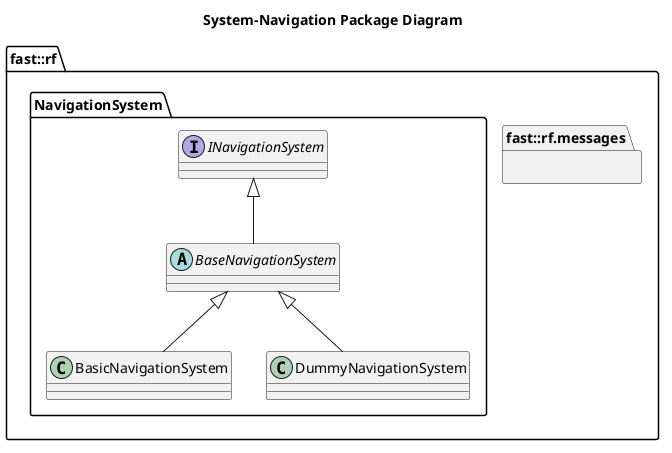
This is Systems/Navigation/doc/puml/SystemNavigationPackageDiagram.png from fastrobotics/robot_framework, a PlantUML export, as it was before one commit. The source it was exported from:
```plantuml
@startuml
title System-Navigation Package Diagram

namespace fast::rf {
  namespace messages  {}
  namespace NavigationSystem {
    interface INavigationSystem {
    }
    abstract BaseNavigationSystem {
    }
    INavigationSystem <|-- BaseNavigationSystem
    class BasicNavigationSystem {

    }
    BaseNavigationSystem <|-- BasicNavigationSystem
    class DummyNavigationSystem  {
    }
    BaseNavigationSystem <|-- DummyNavigationSystem
  }
}
@enduml
```
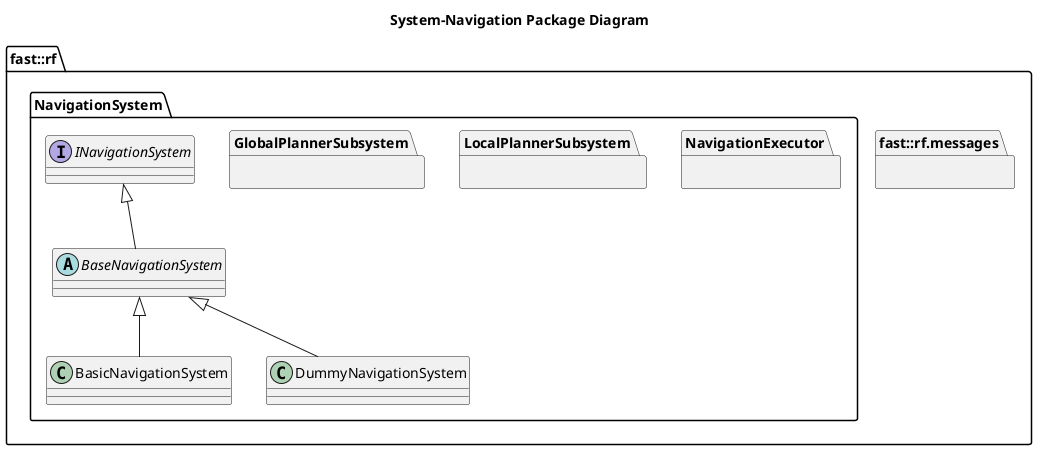
After the commit.

Diff of the diagram source:
```diff
@@ -16,6 +16,15 @@
     class DummyNavigationSystem  {
     }
     BaseNavigationSystem <|-- DummyNavigationSystem
+    package GlobalPlannerSubsystem {
+
+    }
+    package LocalPlannerSubsystem {
+
+    }
+    package NavigationExecutor {
+
+    }
   }
 }
 @enduml
```
